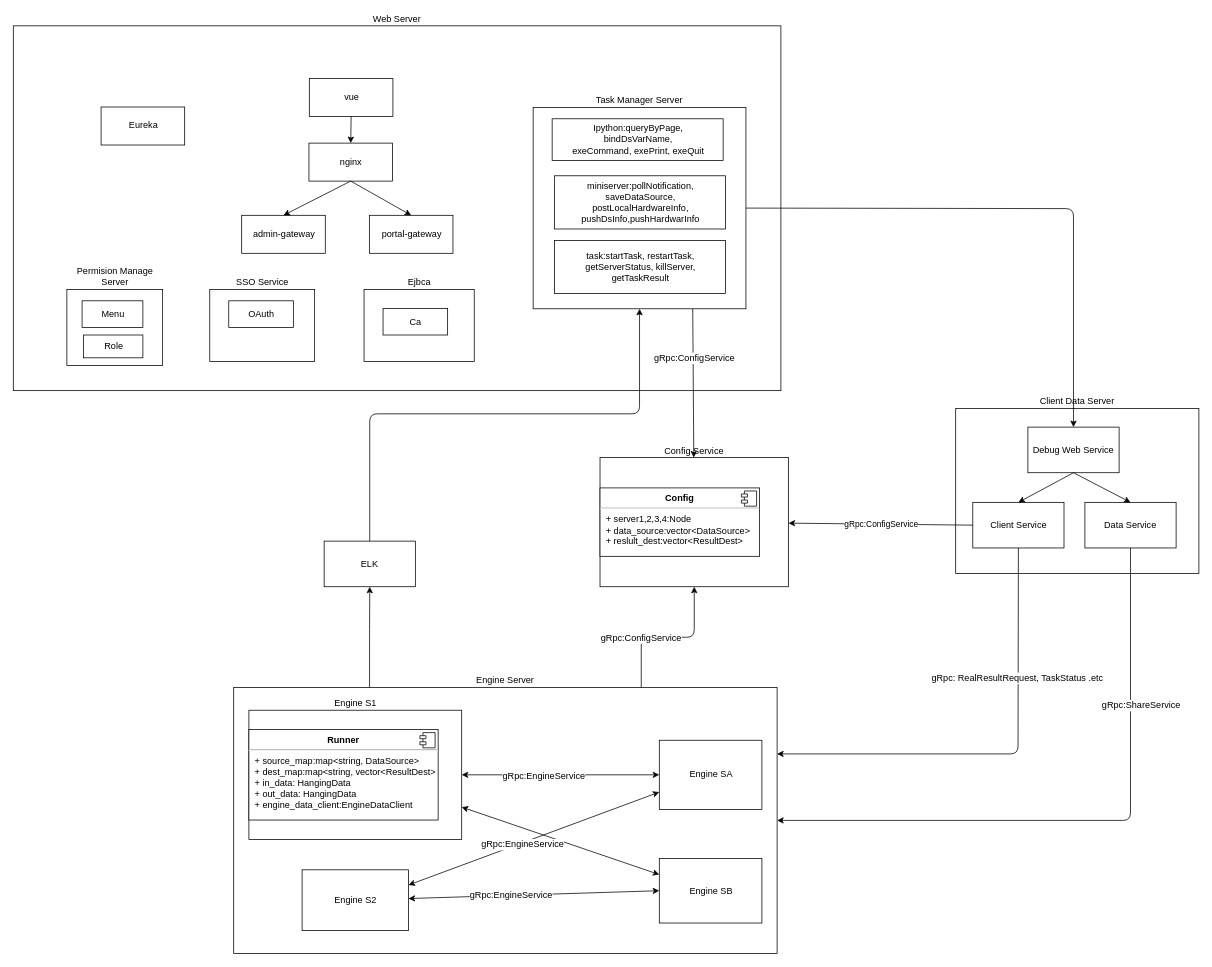
The draw.io diagram privpy.drawio in yankaili2006/wiki, before the edit. Source tidied: cells renumbered, new cells numbered last; positions are measured from the earlier drawing's top-left corner, leaving out a move shared by most shapes. Both pictures are drawn from the tidied source at 76%, with x=0, y=0 at pixel (13, 26).
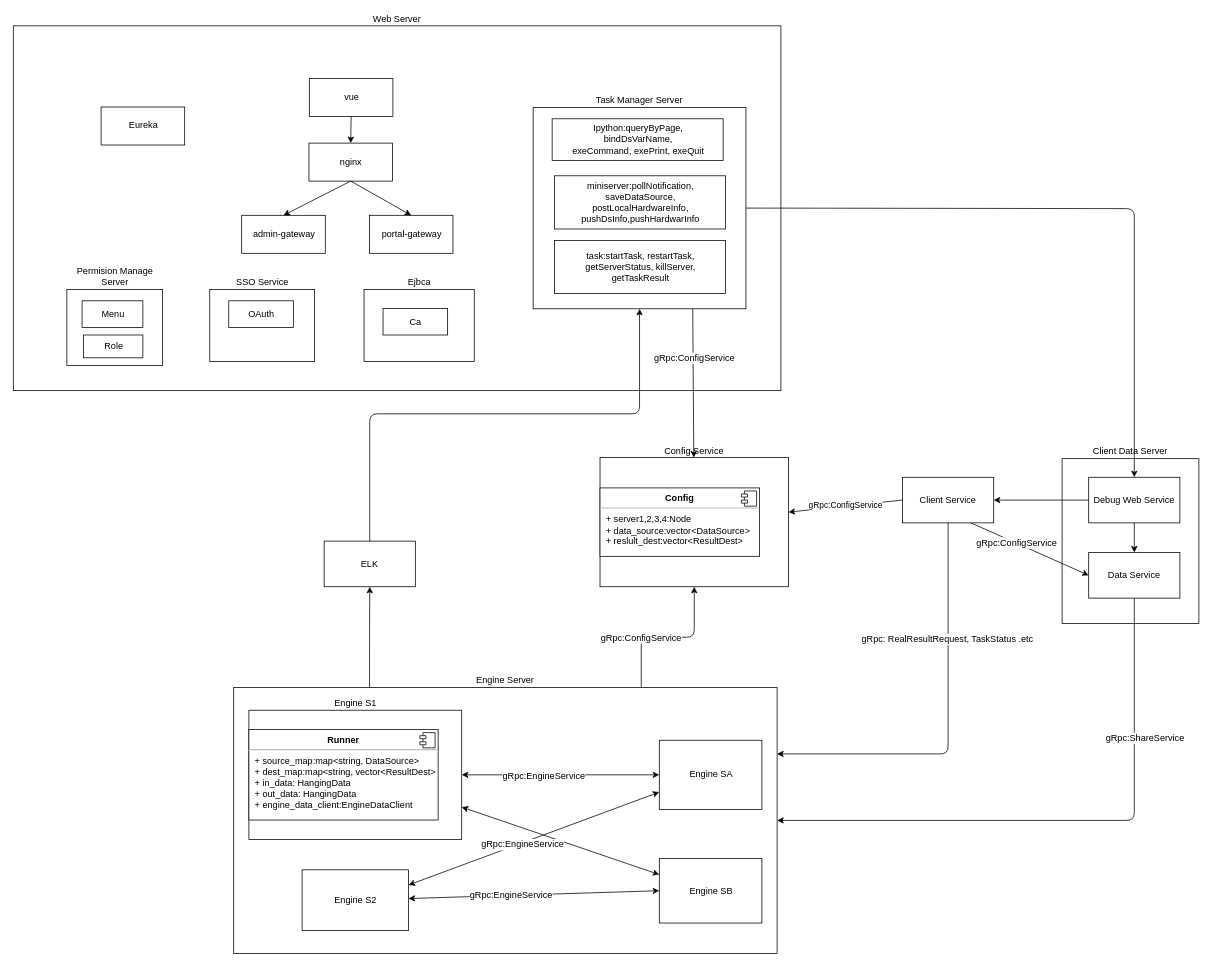
The same page after the edit.

The change refers to these unchanged cells:
```xml
<mxCell id="22" value="Engine Server" style="whiteSpace=wrap;html=1;align=center;labelPosition=center;verticalLabelPosition=top;verticalAlign=bottom;" parent="1" vertex="1">
  <mxGeometry x="290" y="870" width="715" height="350" as="geometry" />
</mxCell>
```

Change to the diagram source:
```diff
@@
     <mxCell id="39" value="Client Data Server" style="whiteSpace=wrap;html=1;align=center;labelPosition=center;verticalLabelPosition=top;verticalAlign=bottom;" parent="1" vertex="1">
-      <mxGeometry x="1240" y="503" width="320" height="217" as="geometry" />
+      <mxGeometry x="1380" y="569" width="180" height="217" as="geometry" />
     </mxCell>
     <mxCell id="40" value="Debug Web Service" style="whiteSpace=wrap;html=1;align=center;" parent="39" vertex="1">
-      <mxGeometry x="95" y="24.5" width="120" height="60" as="geometry" />
+      <mxGeometry x="35" y="24.5" width="120" height="60" as="geometry" />
     </mxCell>
-    <mxCell id="41" value="Client Service" style="whiteSpace=wrap;html=1;align=center;labelPosition=center;verticalLabelPosition=middle;verticalAlign=middle;" parent="39" vertex="1">
-      <mxGeometry x="22.5" y="123.5" width="120" height="60" as="geometry" />
-    </mxCell>
-    <mxCell id="42" style="endArrow=classic;html=1;exitX=0.5;exitY=1;exitDx=0;exitDy=0;entryX=0.5;entryY=0;entryDx=0;entryDy=0;" parent="39" edge="1" source="40" target="41">
-      <mxGeometry relative="1" as="geometry" />
-    </mxCell>
     <mxCell id="43" value="Data Service" style="whiteSpace=wrap;html=1;align=center;labelPosition=center;verticalLabelPosition=middle;verticalAlign=middle;" parent="39" vertex="1">
-      <mxGeometry x="170" y="123.5" width="120" height="60" as="geometry" />
+      <mxGeometry x="35" y="123.5" width="120" height="60" as="geometry" />
     </mxCell>
@@
     <mxCell id="46" style="edgeStyle=elbowEdgeStyle;elbow=horizontal;endArrow=classic;html=1;exitX=0.5;exitY=1;exitDx=0;exitDy=0;entryX=1;entryY=0.5;entryDx=0;entryDy=0;" parent="1" edge="1" source="43" target="22">
       <mxGeometry relative="1" as="geometry">
         <Array as="points">
-          <mxPoint x="1470" y="800" />
+          <mxPoint x="1475" y="890" />
         </Array>
       </mxGeometry>
     </mxCell>
@@
     <mxCell id="54" style="edgeStyle=elbowEdgeStyle;elbow=horizontal;endArrow=classic;html=1;entryX=1;entryY=0.25;entryDx=0;entryDy=0;exitX=0.5;exitY=1;exitDx=0;exitDy=0;" parent="1" edge="1" source="41" target="22">
       <mxGeometry relative="1" as="geometry">
         <Array as="points">
-          <mxPoint x="1322" y="810" />
+          <mxPoint x="1230" y="810" />
         </Array>
       </mxGeometry>
     </mxCell>
@@
+    <mxCell id="41" value="Client Service" style="whiteSpace=wrap;html=1;align=center;labelPosition=center;verticalLabelPosition=middle;verticalAlign=middle;" parent="1" vertex="1">
+      <mxGeometry x="1170" y="593.5" width="120" height="60" as="geometry" />
+    </mxCell>
+    <mxCell id="42" style="endArrow=classic;html=1;exitX=0;exitY=0.5;exitDx=0;exitDy=0;entryX=1;entryY=0.5;entryDx=0;entryDy=0;" parent="1" edge="1" source="40" target="41">
+      <mxGeometry relative="1" as="geometry" />
+    </mxCell>
+    <mxCell id="58" style="endArrow=classic;html=1;exitX=0.75;exitY=1;exitDx=0;exitDy=0;entryX=0;entryY=0.5;entryDx=0;entryDy=0;" parent="1" edge="1" source="41" target="43">
+      <mxGeometry relative="1" as="geometry" />
+    </mxCell>
+    <mxCell id="59" value="gRpc:ConfigService" style="text;html=1;align=center;verticalAlign=middle;labelBackgroundColor=#ffffff;" parent="58" vertex="1">
+      <mxGeometry x="-0.24" relative="1" as="geometry">
+        <mxPoint x="1" as="offset" />
+      </mxGeometry>
+    </mxCell>
```
